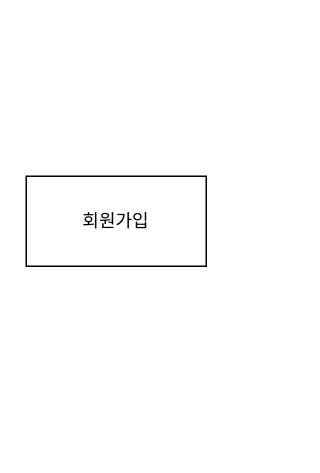
The draw.io diagram 제목 없는 다이어그램.drawio in dao9933/ai8erd, before the edit. Source tidied: cells renumbered, new cells numbered last; positions are measured from the earlier drawing's top-left corner, leaving out a move shared by most shapes. Both pictures are drawn from the tidied source at 150%, with x=0, y=0 at pixel (26, 176).
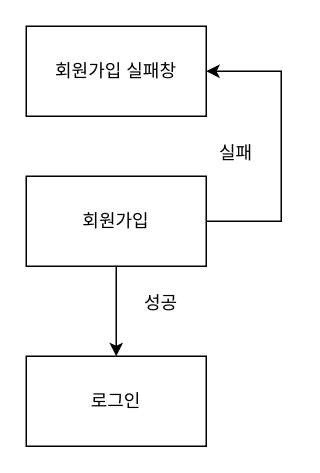
Above is the later version.

Commit message (it also covers changes not shown here):
제목 없는 다이어그램.drawio 업데이트

The edit, as a diff of the source:
```diff
@@
 <mxGraphModel>
   <root>
     <mxCell id="0" />
     <mxCell id="1" parent="0" />
     <mxCell id="2" value="회원가입" style="rounded=0;whiteSpace=wrap;html=1;" parent="1" vertex="1">
       <mxGeometry width="120" height="60" as="geometry" />
     </mxCell>
+    <mxCell id="3" value="로그인" style="rounded=0;whiteSpace=wrap;html=1;" parent="1" vertex="1">
+      <mxGeometry y="120" width="120" height="60" as="geometry" />
+    </mxCell>
+    <mxCell id="4" style="endArrow=classic;html=1;rounded=0;exitX=0.5;exitY=1;exitDx=0;exitDy=0;" parent="1" edge="1" source="2" target="3">
+      <mxGeometry relative="1" as="geometry" />
+    </mxCell>
+    <mxCell id="5" value="성공" style="text;html=1;strokeColor=none;fillColor=none;align=center;verticalAlign=middle;whiteSpace=wrap;rounded=0;" parent="1" vertex="1">
+      <mxGeometry x="60" y="70" width="60" height="30" as="geometry" />
+    </mxCell>
+    <mxCell id="6" value="회원가입 실패창" style="rounded=0;whiteSpace=wrap;html=1;" parent="1" vertex="1">
+      <mxGeometry y="-100" width="120" height="60" as="geometry" />
+    </mxCell>
+    <mxCell id="7" style="endArrow=classic;html=1;rounded=0;exitX=1;exitY=0.5;exitDx=0;exitDy=0;entryX=1;entryY=0.5;entryDx=0;entryDy=0;" parent="1" edge="1" source="2" target="6">
+      <mxGeometry relative="1" as="geometry">
+        <Array as="points">
+          <mxPoint x="170" y="30" />
+          <mxPoint x="170" y="-70" />
+        </Array>
+      </mxGeometry>
+    </mxCell>
+    <mxCell id="8" value="실패" style="text;html=1;strokeColor=none;fillColor=none;align=center;verticalAlign=middle;whiteSpace=wrap;rounded=0;" parent="1" vertex="1">
+      <mxGeometry x="110" y="-30" width="60" height="30" as="geometry" />
+    </mxCell>
   </root>
 </mxGraphModel>
```
